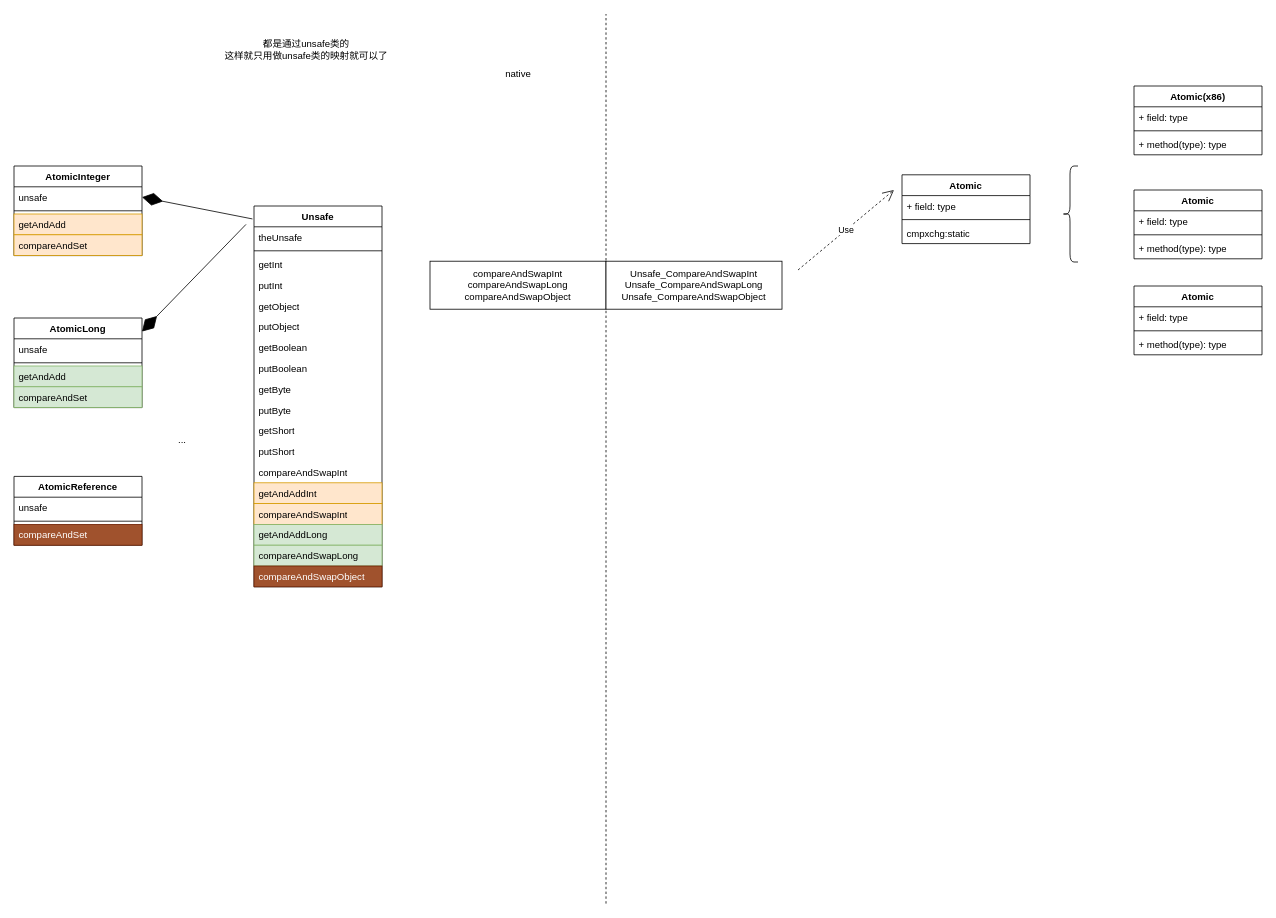
Before: draw/atomic.drawio in atlantiswang/draw, a draw.io diagram. Source tidied: cells renumbered, new cells numbered last; positions are measured from the earlier drawing's top-left corner, leaving out a move shared by most shapes. Both pictures are drawn from the tidied source at 80%, with x=0, y=0 at pixel (14, 14).
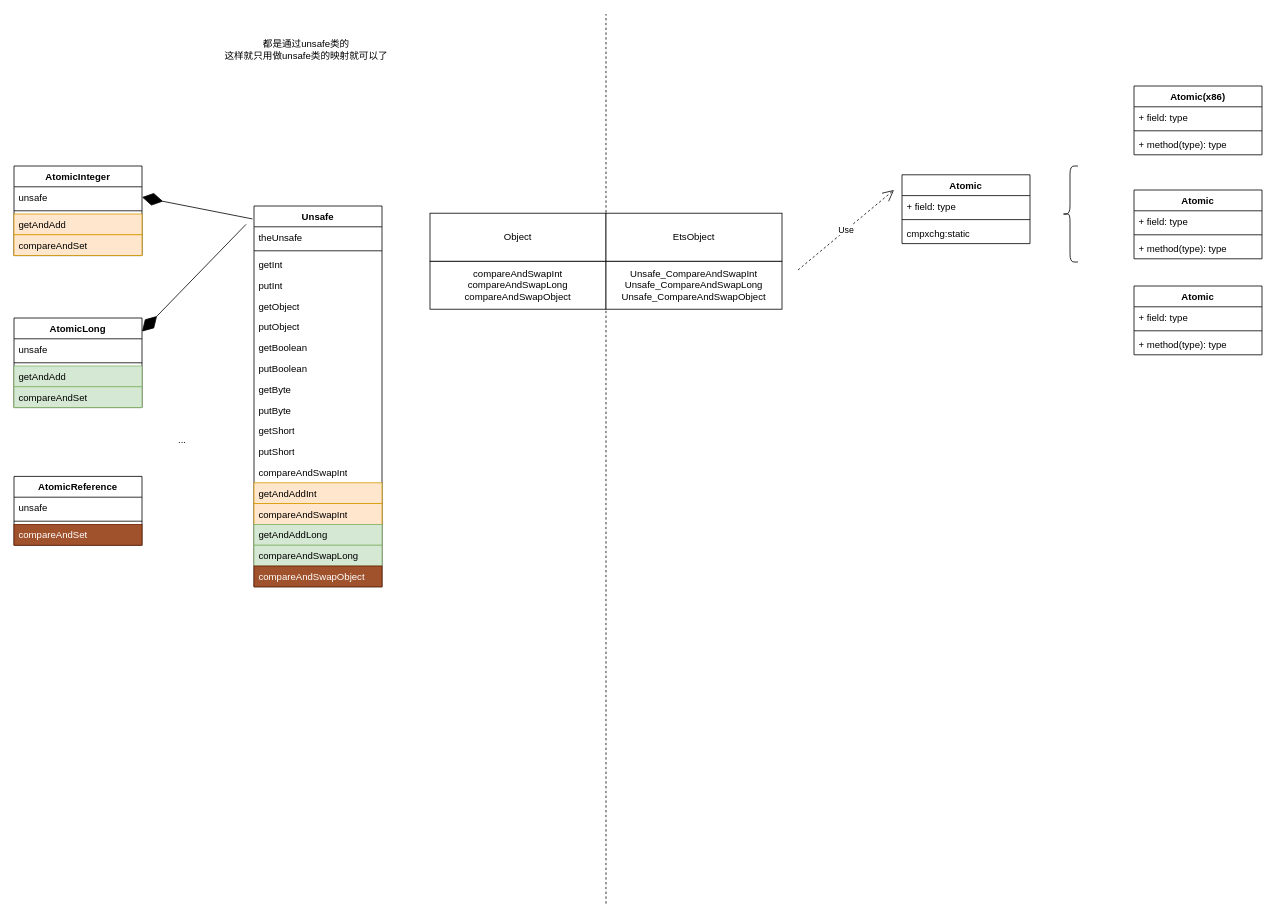
After the change.

Diff of the diagram source:
```diff
@@
-    <mxCell id="54" value="native" style="text;html=1;align=center;verticalAlign=middle;strokeColor=none;fillColor=none;" parent="1" vertex="1">
-      <mxGeometry x="600" y="60" width="60" height="30" as="geometry" />
-    </mxCell>
@@
+    <mxCell id="61" value="Object" style="rounded=0;whiteSpace=wrap;" parent="1" vertex="1">
+      <mxGeometry x="520" y="249" width="220" height="60" as="geometry" />
+    </mxCell>
+    <mxCell id="62" value="EtsObject" style="rounded=0;whiteSpace=wrap;" parent="1" vertex="1">
+      <mxGeometry x="740" y="249" width="220" height="60" as="geometry" />
+    </mxCell>
```
